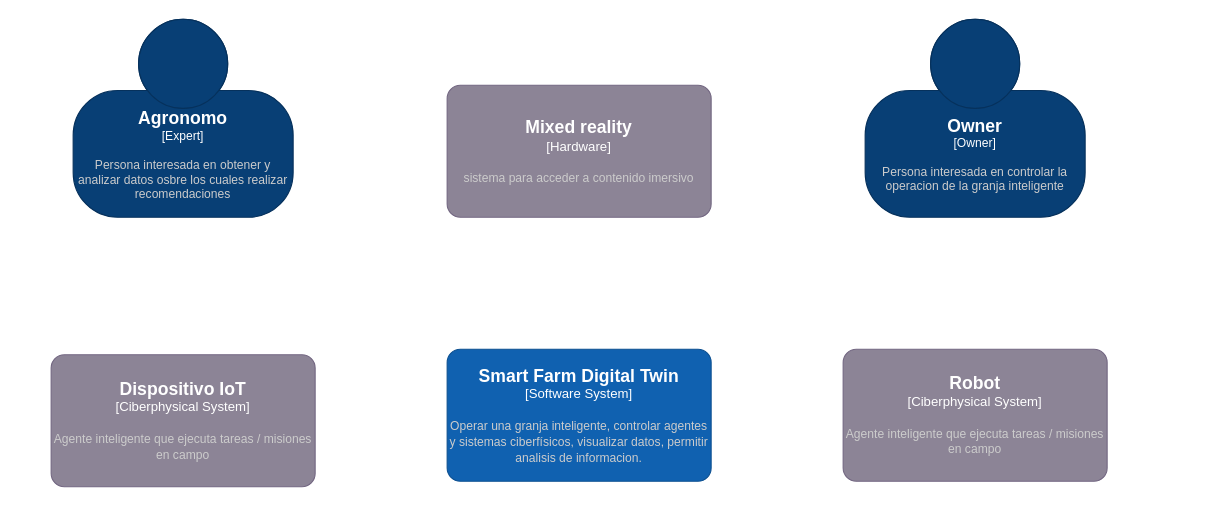
Above: Arquitectura/VisionDelSistema.drawio in JAndresBP/smart-farm-digital-twin (draw.io), before the change. Source tidied: cells renumbered, new cells numbered last; positions are measured from the earlier drawing's top-left corner, leaving out a move shared by most shapes. Both pictures are drawn from the tidied source at 110%, with x=0, y=0 at pixel (51, 19).
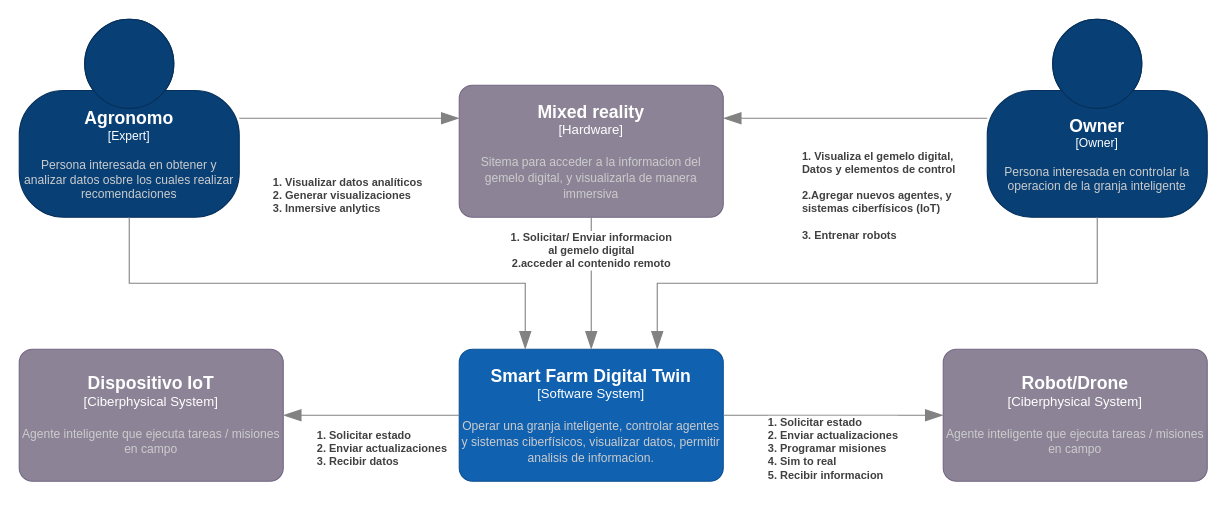
The same page after the edit.

What changed in the source:
```diff
@@
     <object id="2" label="&lt;font style=&quot;font-size: 16px&quot;&gt;&lt;b&gt;%c4Name%&lt;/b&gt;&lt;/font&gt;&lt;div&gt;[%c4Type%]&lt;/div&gt;&lt;br&gt;&lt;div&gt;&lt;font style=&quot;font-size: 11px&quot;&gt;&lt;font color=&quot;#cccccc&quot;&gt;%c4Description%&lt;/font&gt;&lt;/div&gt;" c4Description="Persona interesada en obtener y analizar datos osbre los cuales realizar recomendaciones" c4Name="Agronomo" c4Type="Expert" placeholders="1">
       <mxCell style="html=1;fontSize=11;dashed=0;whiteSpace=wrap;fillColor=#083F75;strokeColor=#06315C;fontColor=#ffffff;shape=mxgraph.c4.person2;align=center;points=[[0.5,0,0],[1,0.5,0],[1,0.75,0],[0.75,1,0],[0.5,1,0],[0.25,1,0],[0,0.75,0],[0,0.5,0]];" parent="1" vertex="1">
-        <mxGeometry x="20" width="200" height="180" as="geometry" />
+        <mxGeometry x="-29" width="200" height="180" as="geometry" />
       </mxCell>
     </object>
     <object id="3" label="&lt;font style=&quot;font-size: 16px&quot;&gt;&lt;b&gt;%c4Name%&lt;/b&gt;&lt;/font&gt;&lt;div&gt;[%c4Type%]&lt;/div&gt;&lt;br&gt;&lt;div&gt;&lt;font style=&quot;font-size: 11px&quot;&gt;&lt;font color=&quot;#cccccc&quot;&gt;%c4Description%&lt;/font&gt;&lt;/div&gt;" c4Description="Operar una granja inteligente, controlar agentes y sistemas ciberfísicos, visualizar datos, permitir analisis de informacion." c4Name="Smart Farm Digital Twin" c4Type="Software System" placeholders="1">
       <mxCell style="rounded=1;whiteSpace=wrap;html=1;labelBackgroundColor=none;fillColor=#1061B0;fontColor=#ffffff;align=center;arcSize=10;strokeColor=#0D5091;points=[[0.25,0,0],[0.5,0,0],[0.75,0,0],[1,0.25,0],[1,0.5,0],[1,0.75,0],[0.75,1,0],[0.5,1,0],[0.25,1,0],[0,0.75,0],[0,0.5,0],[0,0.25,0]];" parent="1" vertex="1">
-        <mxGeometry x="360" y="300" width="240" height="120" as="geometry" />
+        <mxGeometry x="371" y="300" width="240" height="120" as="geometry" />
       </mxCell>
     </object>
-    <object id="4" label="&lt;font style=&quot;font-size: 16px&quot;&gt;&lt;b&gt;%c4Name%&lt;/b&gt;&lt;/font&gt;&lt;div&gt;[%c4Type%]&lt;/div&gt;&lt;br&gt;&lt;div&gt;&lt;font style=&quot;font-size: 11px&quot;&gt;&lt;font color=&quot;#cccccc&quot;&gt;%c4Description%&lt;/font&gt;&lt;/div&gt;" c4Description="Agente inteligente que ejecuta tareas / misiones en campo" c4Name="Robot" c4Type="Ciberphysical System" placeholders="1">
+    <object id="4" label="&lt;font style=&quot;font-size: 16px&quot;&gt;&lt;b&gt;%c4Name%&lt;/b&gt;&lt;/font&gt;&lt;div&gt;[%c4Type%]&lt;/div&gt;&lt;br&gt;&lt;div&gt;&lt;font style=&quot;font-size: 11px&quot;&gt;&lt;font color=&quot;#cccccc&quot;&gt;%c4Description%&lt;/font&gt;&lt;/div&gt;" c4Description="Agente inteligente que ejecuta tareas / misiones en campo" c4Name="Robot/Drone" c4Type="Ciberphysical System" placeholders="1">
       <mxCell style="rounded=1;whiteSpace=wrap;html=1;labelBackgroundColor=none;fillColor=#8C8496;fontColor=#ffffff;align=center;arcSize=10;strokeColor=#736782;points=[[0.25,0,0],[0.5,0,0],[0.75,0,0],[1,0.25,0],[1,0.5,0],[1,0.75,0],[0.75,1,0],[0.5,1,0],[0.25,1,0],[0,0.75,0],[0,0.5,0],[0,0.25,0]];" parent="1" vertex="1">
-        <mxGeometry x="720" y="300" width="240" height="120" as="geometry" />
+        <mxGeometry x="811" y="300" width="240" height="120" as="geometry" />
       </mxCell>
     </object>
     <object id="5" label="&lt;font style=&quot;font-size: 16px&quot;&gt;&lt;b&gt;%c4Name%&lt;/b&gt;&lt;/font&gt;&lt;div&gt;[%c4Type%]&lt;/div&gt;&lt;br&gt;&lt;div&gt;&lt;font style=&quot;font-size: 11px&quot;&gt;&lt;font color=&quot;#cccccc&quot;&gt;%c4Description%&lt;/font&gt;&lt;/div&gt;" c4Description="Agente inteligente que ejecuta tareas / misiones en campo" c4Name="Dispositivo IoT" c4Type="Ciberphysical System" placeholders="1">
       <mxCell style="rounded=1;whiteSpace=wrap;html=1;labelBackgroundColor=none;fillColor=#8C8496;fontColor=#ffffff;align=center;arcSize=10;strokeColor=#736782;points=[[0.25,0,0],[0.5,0,0],[0.75,0,0],[1,0.25,0],[1,0.5,0],[1,0.75,0],[0.75,1,0],[0.5,1,0],[0.25,1,0],[0,0.75,0],[0,0.5,0],[0,0.25,0]];" parent="1" vertex="1">
-        <mxGeometry y="305" width="240" height="120" as="geometry" />
+        <mxGeometry x="-29" y="300" width="240" height="120" as="geometry" />
       </mxCell>
     </object>
     <object id="6" label="&lt;font style=&quot;font-size: 16px&quot;&gt;&lt;b&gt;%c4Name%&lt;/b&gt;&lt;/font&gt;&lt;div&gt;[%c4Type%]&lt;/div&gt;&lt;br&gt;&lt;div&gt;&lt;font style=&quot;font-size: 11px&quot;&gt;&lt;font color=&quot;#cccccc&quot;&gt;%c4Description%&lt;/font&gt;&lt;/div&gt;" c4Description="Persona interesada en controlar la operacion de la granja inteligente" c4Name="Owner" c4Type="Owner" placeholders="1">
       <mxCell style="html=1;fontSize=11;dashed=0;whiteSpace=wrap;fillColor=#083F75;strokeColor=#06315C;fontColor=#ffffff;shape=mxgraph.c4.person2;align=center;points=[[0.5,0,0],[1,0.5,0],[1,0.75,0],[0.75,1,0],[0.5,1,0],[0.25,1,0],[0,0.75,0],[0,0.5,0]];" parent="1" vertex="1">
-        <mxGeometry x="740" width="200" height="180" as="geometry" />
+        <mxGeometry x="851" width="200" height="180" as="geometry" />
       </mxCell>
     </object>
-    <object id="7" label="&lt;font style=&quot;font-size: 16px&quot;&gt;&lt;b&gt;%c4Name%&lt;/b&gt;&lt;/font&gt;&lt;div&gt;[%c4Type%]&lt;/div&gt;&lt;br&gt;&lt;div&gt;&lt;font style=&quot;font-size: 11px&quot;&gt;&lt;font color=&quot;#cccccc&quot;&gt;%c4Description%&lt;/font&gt;&lt;/div&gt;" c4Description="sistema para acceder a contenido imersivo" c4Name="Mixed reality" c4Type="Hardware" placeholders="1">
+    <object id="7" label="&lt;font style=&quot;font-size: 16px&quot;&gt;&lt;b&gt;%c4Name%&lt;/b&gt;&lt;/font&gt;&lt;div&gt;[%c4Type%]&lt;/div&gt;&lt;br&gt;&lt;div&gt;&lt;font style=&quot;font-size: 11px&quot;&gt;&lt;font color=&quot;#cccccc&quot;&gt;%c4Description%&lt;/font&gt;&lt;/div&gt;" c4Description="Sitema para acceder a la informacion del gemelo digital, y visualizarla de manera immersiva" c4Name="Mixed reality" c4Type="Hardware" placeholders="1">
       <mxCell style="rounded=1;whiteSpace=wrap;html=1;labelBackgroundColor=none;fillColor=#8C8496;fontColor=#ffffff;align=center;arcSize=10;strokeColor=#736782;points=[[0.25,0,0],[0.5,0,0],[0.75,0,0],[1,0.25,0],[1,0.5,0],[1,0.75,0],[0.75,1,0],[0.5,1,0],[0.25,1,0],[0,0.75,0],[0,0.5,0],[0,0.25,0]];" parent="1" vertex="1">
-        <mxGeometry x="360" y="60" width="240" height="120" as="geometry" />
+        <mxGeometry x="371" y="60" width="240" height="120" as="geometry" />
       </mxCell>
     </object>
+    <object id="8" label="&lt;div style=&quot;text-align: left&quot;&gt;&lt;div style=&quot;text-align: center&quot;&gt;&lt;b&gt;%c4Description%&lt;/b&gt;&lt;/div&gt;" c4Description="" placeholders="1">
+      <mxCell style="endArrow=blockThin;html=1;fontSize=10;fontColor=#404040;strokeWidth=1;endFill=1;strokeColor=#828282;elbow=vertical;endSize=14;startSize=14;jumpStyle=arc;jumpSize=16;rounded=0;edgeStyle=orthogonalEdgeStyle;exitX=0.5;exitY=1;exitDx=0;exitDy=0;exitPerimeter=0;entryX=0.25;entryY=0;entryDx=0;entryDy=0;entryPerimeter=0;" parent="1" edge="1" source="2" target="3">
+        <mxGeometry relative="1" as="geometry" />
+      </mxCell>
+    </object>
+    <object id="9" label="&lt;div style=&quot;text-align: left&quot;&gt;&lt;div style=&quot;text-align: center&quot;&gt;&lt;b&gt;%c4Description%&lt;/b&gt;&lt;/div&gt;" c4Description="" placeholders="1">
+      <mxCell style="endArrow=blockThin;html=1;fontSize=10;fontColor=#404040;strokeWidth=1;endFill=1;strokeColor=#828282;elbow=vertical;endSize=14;startSize=14;jumpStyle=arc;jumpSize=16;rounded=0;edgeStyle=orthogonalEdgeStyle;exitX=0.5;exitY=1;exitDx=0;exitDy=0;exitPerimeter=0;entryX=0.75;entryY=0;entryDx=0;entryDy=0;entryPerimeter=0;" parent="1" edge="1" source="6" target="3">
+        <mxGeometry relative="1" as="geometry" />
+      </mxCell>
+    </object>
+    <object id="10" label="&lt;div style=&quot;&quot;&gt;&lt;div style=&quot;&quot;&gt;&lt;b&gt;%c4Description%&lt;/b&gt;&lt;/div&gt;&lt;/div&gt;" c4Description="1. Visualizar datos analíticos&#10;2. Generar visualizaciones&#10;3. Inmersive anlytics" placeholders="1">
+      <mxCell style="endArrow=blockThin;html=1;fontSize=10;fontColor=#404040;strokeWidth=1;endFill=1;strokeColor=#828282;elbow=vertical;endSize=14;startSize=14;jumpStyle=arc;jumpSize=16;rounded=0;edgeStyle=orthogonalEdgeStyle;exitX=1;exitY=0.5;exitDx=0;exitDy=0;exitPerimeter=0;entryX=0;entryY=0.25;entryDx=0;entryDy=0;entryPerimeter=0;align=left;" parent="1" edge="1" source="2" target="7">
+        <mxGeometry x="-0.71" y="-70" relative="1" as="geometry" />
+      </mxCell>
+    </object>
+    <object id="11" label="&lt;div style=&quot;&quot;&gt;&lt;div style=&quot;&quot;&gt;&lt;b&gt;%c4Description%&lt;/b&gt;&lt;/div&gt;&lt;/div&gt;" c4Description="1. Visualiza el gemelo digital, &#10;Datos y elementos de control&#10;&#10;2.Agregar nuevos agentes, y&#10;sistemas ciberfísicos (IoT)&#10;&#10;3. Entrenar robots" placeholders="1">
+      <mxCell style="endArrow=blockThin;html=1;fontSize=10;fontColor=#404040;strokeWidth=1;endFill=1;strokeColor=#828282;elbow=vertical;endSize=14;startSize=14;jumpStyle=arc;jumpSize=16;rounded=0;edgeStyle=orthogonalEdgeStyle;exitX=0;exitY=0.5;exitDx=0;exitDy=0;exitPerimeter=0;entryX=1;entryY=0.25;entryDx=0;entryDy=0;entryPerimeter=0;align=left;" parent="1" edge="1" source="6" target="7">
+        <mxGeometry x="0.42" y="70" relative="1" as="geometry" />
+      </mxCell>
+    </object>
+    <object id="12" label="&lt;div style=&quot;text-align: left&quot;&gt;&lt;div style=&quot;text-align: center&quot;&gt;&lt;b&gt;%c4Description%&lt;/b&gt;&lt;/div&gt;" c4Description="1. Solicitar/ Enviar informacion&#10; al gemelo digital &#10;2.acceder al contenido remoto" placeholders="1">
+      <mxCell style="endArrow=blockThin;html=1;fontSize=10;fontColor=#404040;strokeWidth=1;endFill=1;strokeColor=#828282;elbow=vertical;endSize=14;startSize=14;jumpStyle=arc;jumpSize=16;rounded=0;edgeStyle=orthogonalEdgeStyle;exitX=0.5;exitY=1;exitDx=0;exitDy=0;exitPerimeter=0;" parent="1" edge="1" source="7" target="3">
+        <mxGeometry x="-0.5" relative="1" as="geometry" />
+      </mxCell>
+    </object>
+    <object id="13" label="&lt;div style=&quot;&quot;&gt;&lt;div style=&quot;&quot;&gt;&lt;b&gt;%c4Description%&lt;/b&gt;&lt;/div&gt;&lt;/div&gt;" c4Description="1. Solicitar estado&#10;2. Enviar actualizaciones&#10;3. Programar misiones&#10;4. Sim to real&#10;5. Recibir informacion" placeholders="1">
+      <mxCell style="endArrow=blockThin;html=1;fontSize=10;fontColor=#404040;strokeWidth=1;endFill=1;strokeColor=#828282;elbow=vertical;endSize=14;startSize=14;jumpStyle=arc;jumpSize=16;rounded=0;edgeStyle=orthogonalEdgeStyle;exitX=1;exitY=0.5;exitDx=0;exitDy=0;exitPerimeter=0;entryX=0;entryY=0.5;entryDx=0;entryDy=0;entryPerimeter=0;align=left;" parent="1" edge="1" source="3" target="4">
+        <mxGeometry x="-0.61" y="-30" relative="1" as="geometry" />
+      </mxCell>
+    </object>
+    <object id="14" label="&lt;div style=&quot;&quot;&gt;&lt;div style=&quot;&quot;&gt;&lt;b&gt;%c4Description%&lt;/b&gt;&lt;/div&gt;&lt;/div&gt;" c4Description="1. Solicitar estado&#10;2. Enviar actualizaciones&#10;3. Recibir datos" placeholders="1">
+      <mxCell style="endArrow=blockThin;html=1;fontSize=10;fontColor=#404040;strokeWidth=1;endFill=1;strokeColor=#828282;elbow=vertical;endSize=14;startSize=14;jumpStyle=arc;jumpSize=16;rounded=0;edgeStyle=orthogonalEdgeStyle;exitX=0;exitY=0.5;exitDx=0;exitDy=0;exitPerimeter=0;entryX=1;entryY=0.5;entryDx=0;entryDy=0;entryPerimeter=0;align=left;" parent="1" edge="1" source="3" target="5">
+        <mxGeometry x="0.64" y="30" relative="1" as="geometry" />
+      </mxCell>
+    </object>
```
